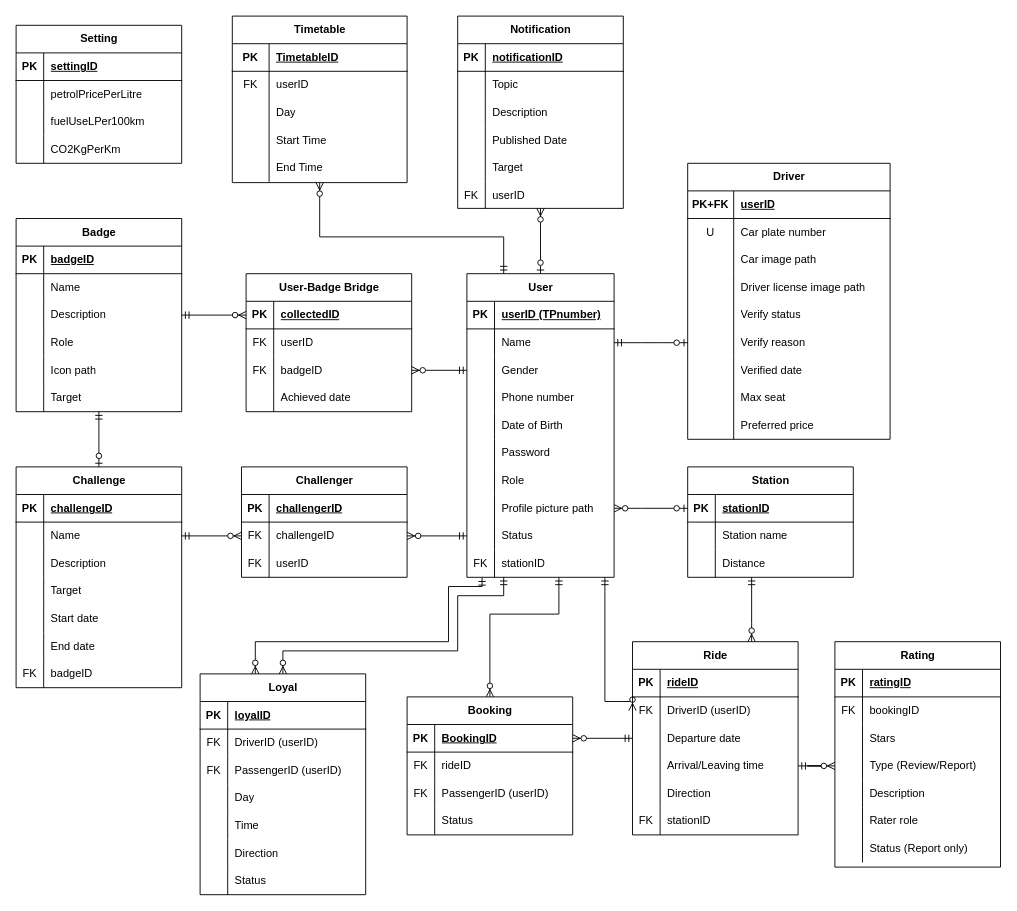
The draw.io diagram ERD.drawio in oggyng/Responsive-Web-Design-and-Development, before the edit. Source tidied: cells renumbered, new cells numbered last; positions are measured from the earlier drawing's top-left corner, leaving out a move shared by most shapes. Both pictures are drawn from the tidied source at 92%, with x=0, y=0 at pixel (16, 16).
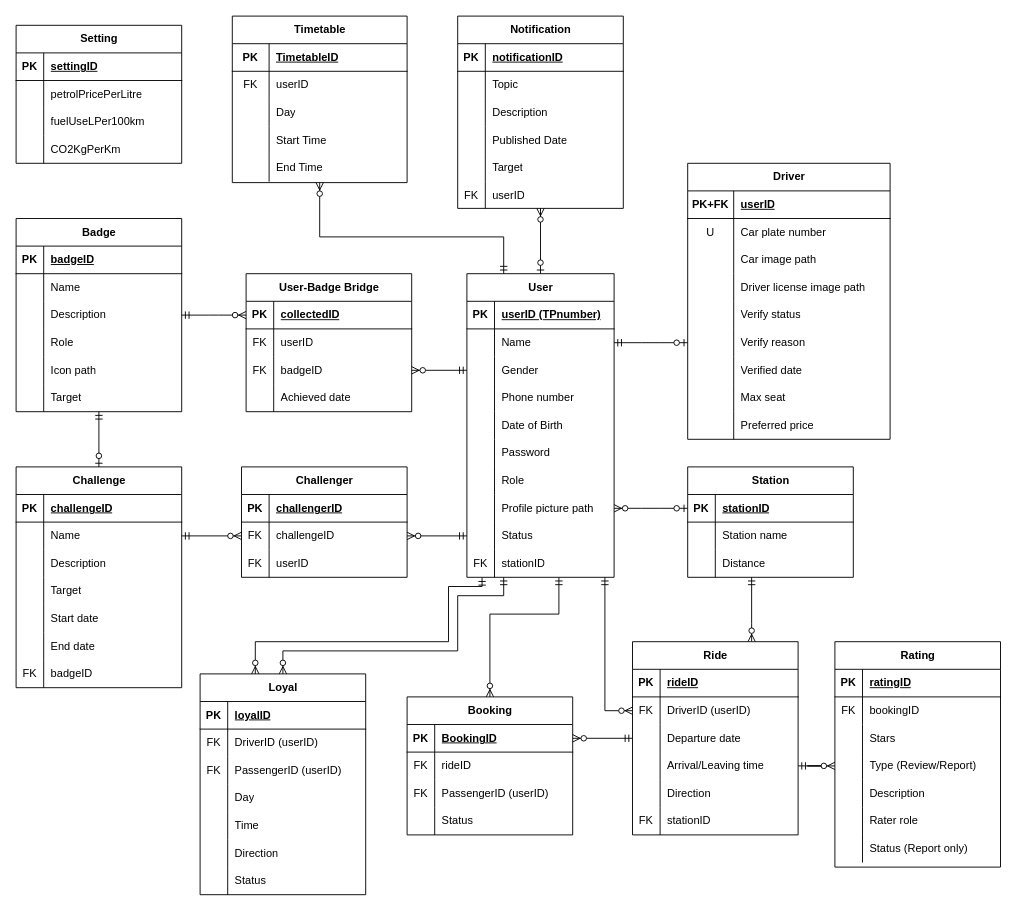
Above is the later version.

Unchanged cells that the change refers to:
```xml
<mxCell id="30" style="shape=tableRow;horizontal=0;startSize=0;swimlaneHead=0;swimlaneBody=0;fillColor=none;points=[[0,0.5],[1,0.5]];portConstraint=eastwest;top=0;left=0;right=0;bottom=0;" parent="2" vertex="1">
  <mxGeometry y="300" width="160" height="30" as="geometry" />
</mxCell>
<mxCell id="246" style="shape=tableRow;horizontal=0;startSize=0;swimlaneHead=0;swimlaneBody=0;fillColor=none;points=[[0,0.5],[1,0.5]];portConstraint=eastwest;top=0;left=0;right=0;bottom=0;" parent="242" vertex="1">
  <mxGeometry y="60" width="180" height="30" as="geometry" />
</mxCell>
```

What changed in the source:
```diff
@@
-    <mxCell id="237" style="fontSize=12;html=1;endArrow=ERzeroToMany;startArrow=ERmandOne;rounded=0;edgeStyle=orthogonalEdgeStyle;entryX=0;entryY=0.5;entryDx=0;entryDy=0;" parent="1" edge="1" source="30" target="246">
-      <mxGeometry x="-0.16" relative="1" as="geometry">
+    <mxCell id="237" style="fontSize=12;html=1;endArrow=ERzeroToMany;startArrow=ERmandOne;rounded=0;edgeStyle=orthogonalEdgeStyle;" parent="1" edge="1" source="30" target="246">
+      <mxGeometry x="-0.15" relative="1" as="geometry">
         <Array as="points">
-          <mxPoint x="640" y="745" />
+          <mxPoint x="640" y="755" />
         </Array>
       </mxGeometry>
     </mxCell>
```
